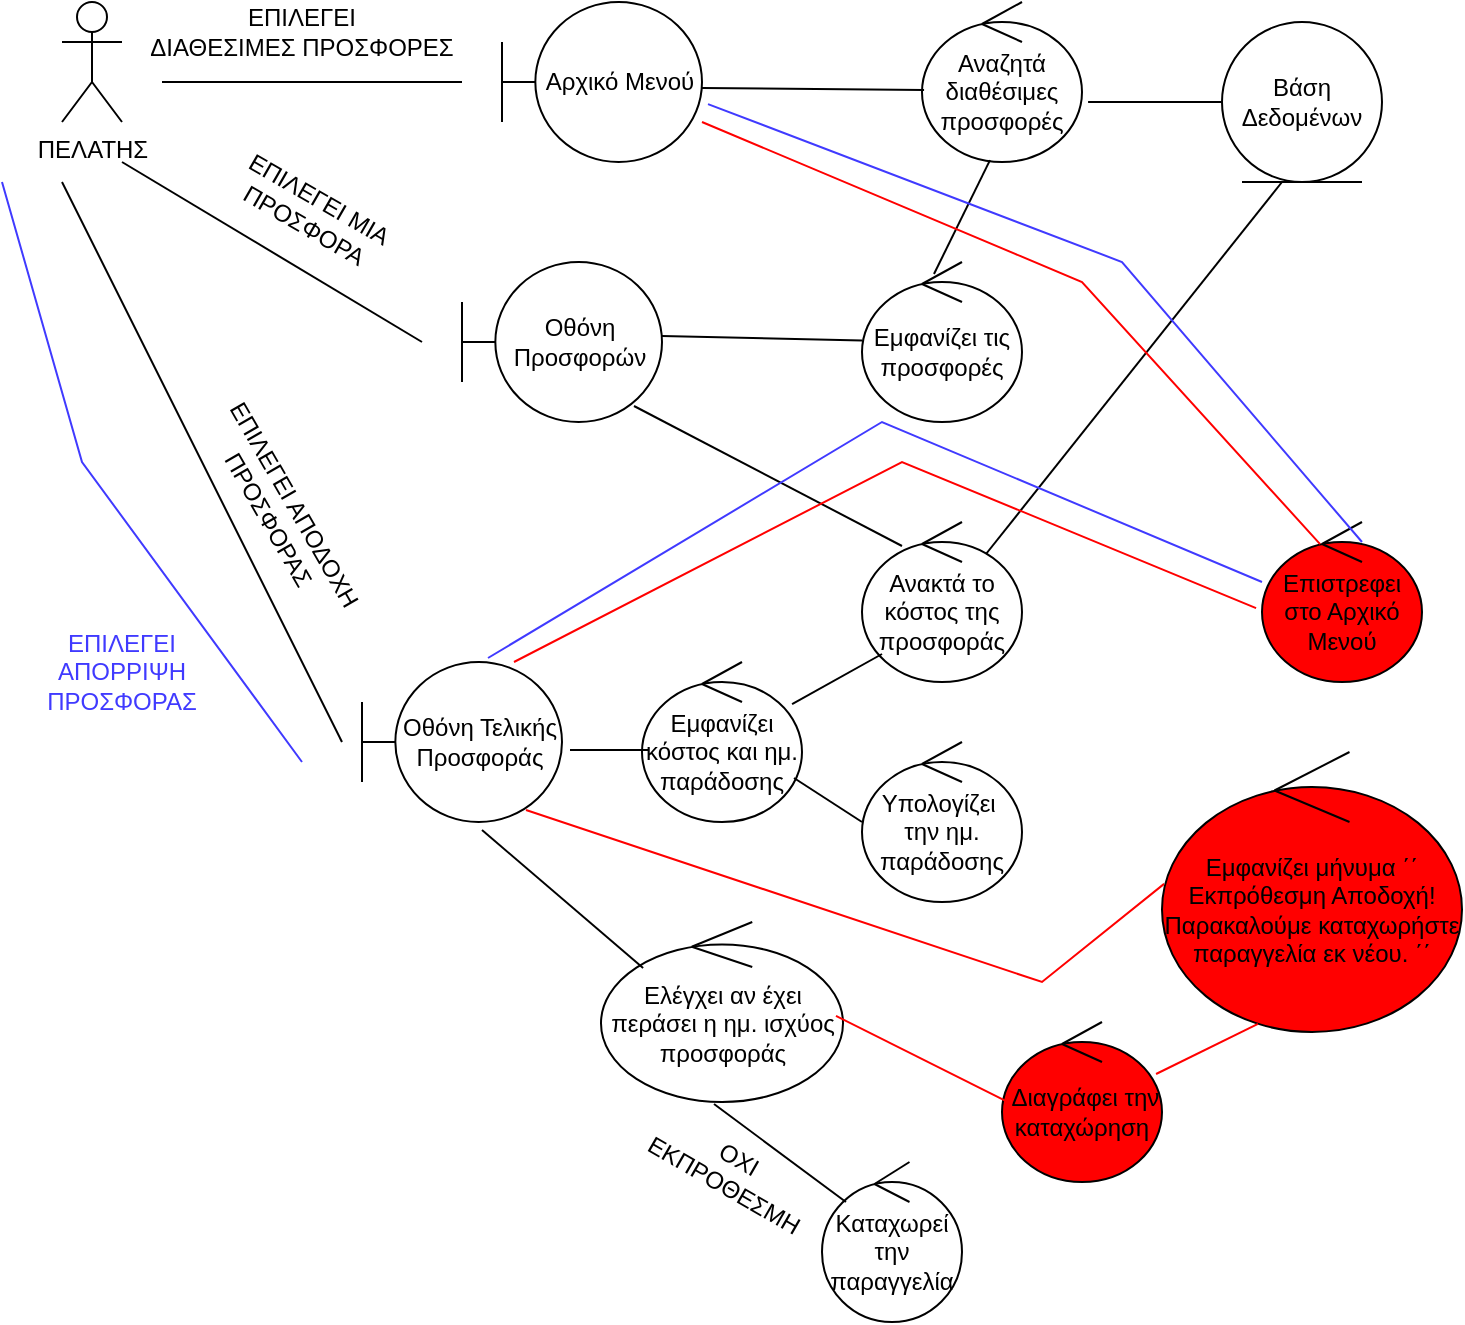
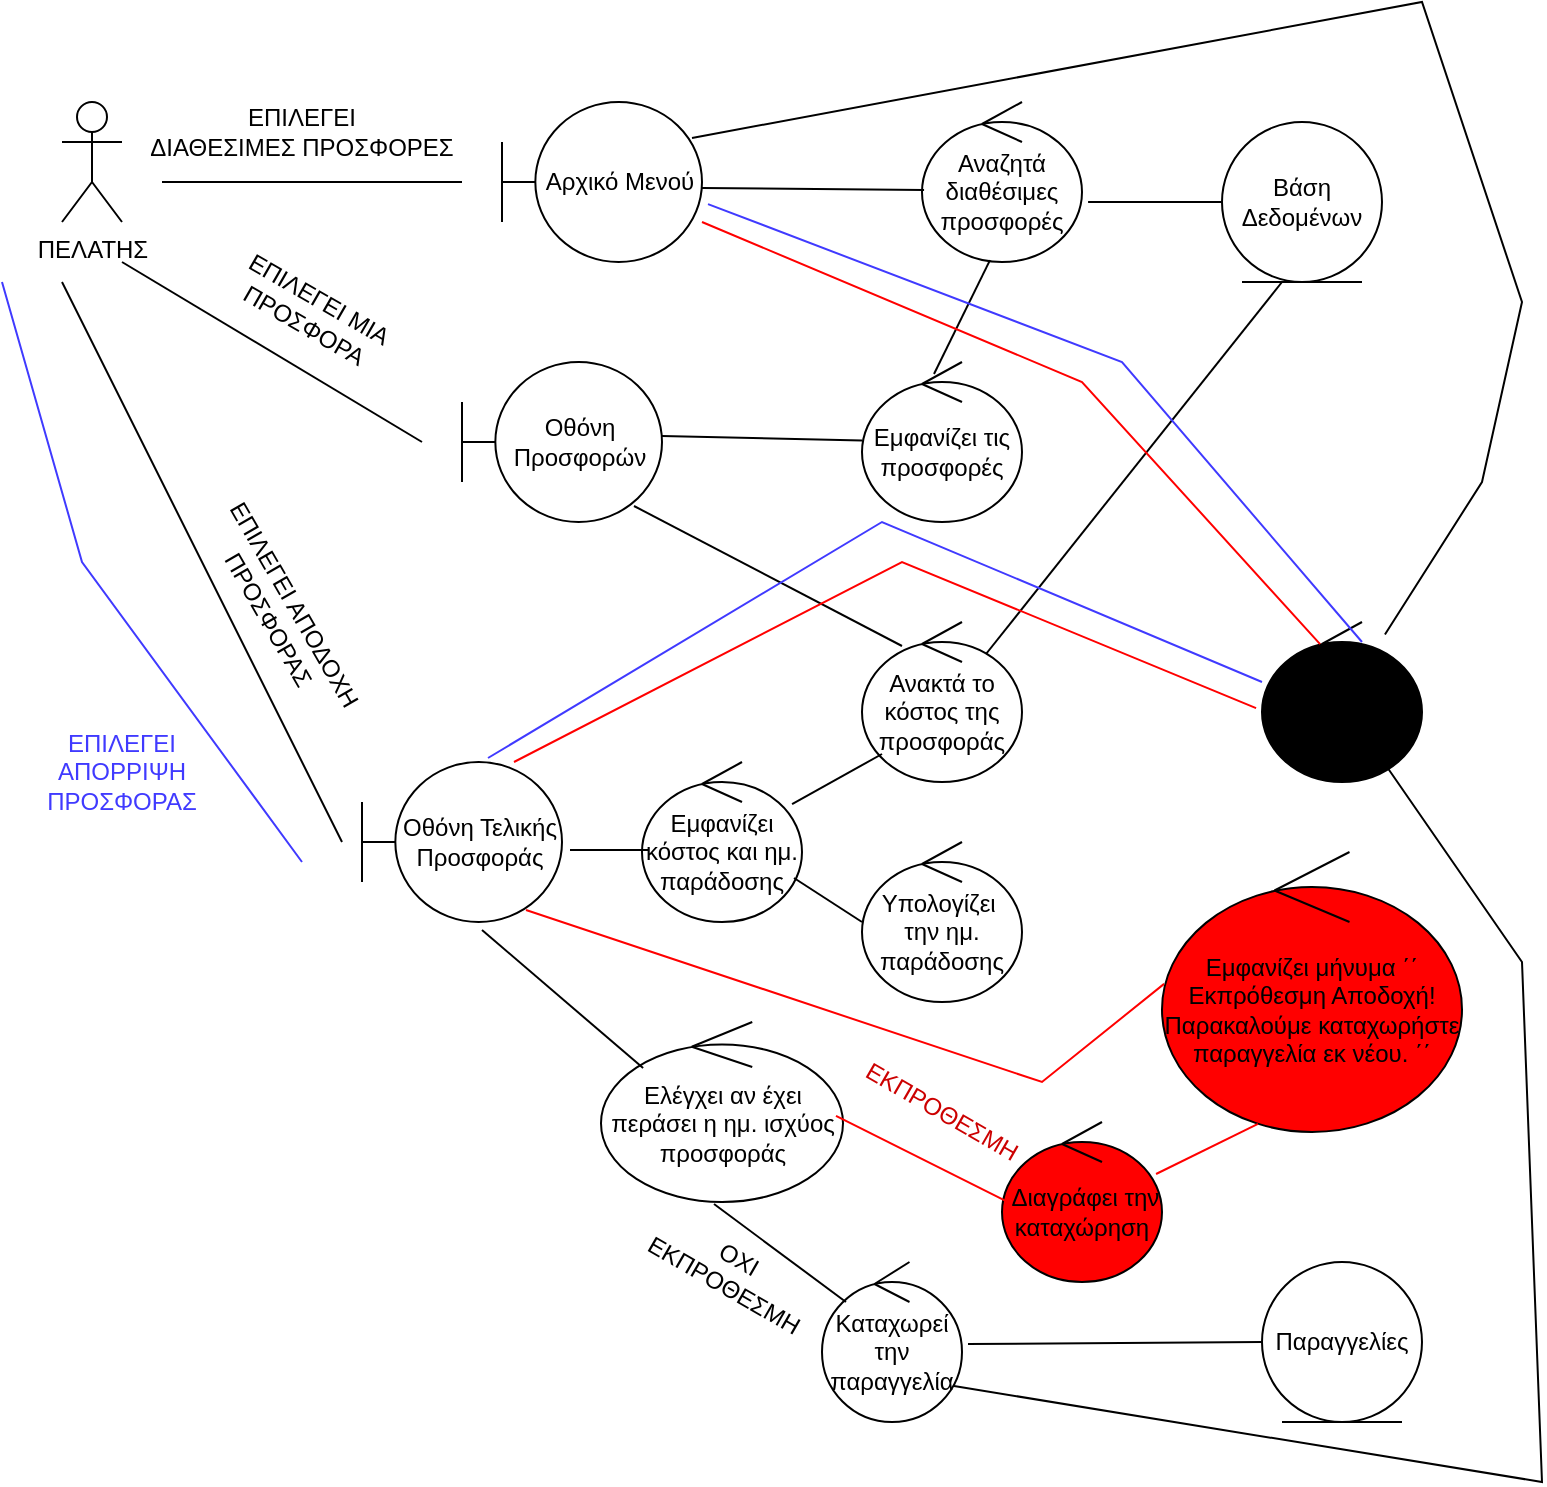
<mxfile host="Electron">
  <diagram name="Σελίδα-1" id="1nwjweAaFiYwmWzFNHOb">
    <mxGraphModel dx="1414" dy="841" grid="1" gridSize="10" guides="1" tooltips="1" connect="1" arrows="1" fold="1" page="1" pageScale="1" pageWidth="827" pageHeight="1169" math="0" shadow="0">
      <root>
        <mxCell id="0" />
        <mxCell id="1" parent="0" />
        <mxCell id="cYV5IpM7r3VP0dEHHAn9-1" parent="1" style="shape=umlActor;verticalLabelPosition=bottom;verticalAlign=top;html=1;outlineConnect=0;" value="ΠΕΛΑΤΗΣ" vertex="1">
          <mxGeometry height="60" width="30" x="100" y="70" as="geometry" />
        </mxCell>
        <mxCell id="cYV5IpM7r3VP0dEHHAn9-2" parent="1" style="shape=umlBoundary;whiteSpace=wrap;html=1;" value="Αρχικό Μενού" vertex="1">
          <mxGeometry height="80" width="100" x="320" y="70" as="geometry" />
        </mxCell>
        <mxCell id="cYV5IpM7r3VP0dEHHAn9-3" edge="1" parent="1" style="endArrow=none;html=1;rounded=0;" value="">
          <mxGeometry height="50" relative="1" width="50" as="geometry">
            <mxPoint x="150" y="110" as="sourcePoint" />
            <mxPoint x="300" y="110" as="targetPoint" />
          </mxGeometry>
        </mxCell>
        <mxCell id="cYV5IpM7r3VP0dEHHAn9-4" parent="1" style="ellipse;shape=umlControl;whiteSpace=wrap;html=1;" value="Αναζητά διαθέσιμες προσφορές" vertex="1">
          <mxGeometry height="80" width="80" x="530" y="70" as="geometry" />
        </mxCell>
        <mxCell id="cYV5IpM7r3VP0dEHHAn9-5" edge="1" parent="1" source="cYV5IpM7r3VP0dEHHAn9-2" style="endArrow=none;html=1;rounded=0;exitX=1;exitY=0.538;exitDx=0;exitDy=0;exitPerimeter=0;entryX=0.013;entryY=0.55;entryDx=0;entryDy=0;entryPerimeter=0;" target="cYV5IpM7r3VP0dEHHAn9-4" value="">
          <mxGeometry height="50" relative="1" width="50" as="geometry">
            <mxPoint x="490" y="190" as="sourcePoint" />
            <mxPoint x="640" y="190" as="targetPoint" />
          </mxGeometry>
        </mxCell>
        <mxCell id="cYV5IpM7r3VP0dEHHAn9-6" parent="1" style="ellipse;shape=umlEntity;whiteSpace=wrap;html=1;" value="Βάση Δεδομένων" vertex="1">
          <mxGeometry height="80" width="80" x="680" y="80" as="geometry" />
        </mxCell>
        <mxCell id="cYV5IpM7r3VP0dEHHAn9-7" edge="1" parent="1" source="cYV5IpM7r3VP0dEHHAn9-4" style="endArrow=none;html=1;rounded=0;exitX=1.038;exitY=0.625;exitDx=0;exitDy=0;exitPerimeter=0;" target="cYV5IpM7r3VP0dEHHAn9-6" value="">
          <mxGeometry height="50" relative="1" width="50" as="geometry">
            <mxPoint x="620" y="160" as="sourcePoint" />
            <mxPoint x="731" y="161" as="targetPoint" />
          </mxGeometry>
        </mxCell>
        <mxCell id="cYV5IpM7r3VP0dEHHAn9-8" parent="1" style="ellipse;shape=umlControl;whiteSpace=wrap;html=1;" value="Εμφανίζει τις προσφορές" vertex="1">
          <mxGeometry height="80" width="80" x="500" y="200" as="geometry" />
        </mxCell>
        <mxCell id="cYV5IpM7r3VP0dEHHAn9-9" edge="1" parent="1" source="cYV5IpM7r3VP0dEHHAn9-4" style="endArrow=none;html=1;rounded=0;exitX=0.425;exitY=0.988;exitDx=0;exitDy=0;exitPerimeter=0;entryX=0.45;entryY=0.075;entryDx=0;entryDy=0;entryPerimeter=0;" target="cYV5IpM7r3VP0dEHHAn9-8" value="">
          <mxGeometry height="50" relative="1" width="50" as="geometry">
            <mxPoint x="590" y="180" as="sourcePoint" />
            <mxPoint x="657" y="180" as="targetPoint" />
          </mxGeometry>
        </mxCell>
        <mxCell id="cYV5IpM7r3VP0dEHHAn9-10" parent="1" style="shape=umlBoundary;whiteSpace=wrap;html=1;" value="Οθόνη Προσφορών" vertex="1">
          <mxGeometry height="80" width="100" x="300" y="200" as="geometry" />
        </mxCell>
        <mxCell id="cYV5IpM7r3VP0dEHHAn9-11" edge="1" parent="1" source="cYV5IpM7r3VP0dEHHAn9-10" style="endArrow=none;html=1;rounded=0;exitX=1;exitY=0.463;exitDx=0;exitDy=0;exitPerimeter=0;" target="cYV5IpM7r3VP0dEHHAn9-8" value="">
          <mxGeometry height="50" relative="1" width="50" as="geometry">
            <mxPoint x="430" y="230" as="sourcePoint" />
            <mxPoint x="541" y="231" as="targetPoint" />
          </mxGeometry>
        </mxCell>
        <mxCell id="cYV5IpM7r3VP0dEHHAn9-12" parent="1" style="text;html=1;whiteSpace=wrap;strokeColor=none;fillColor=none;align=center;verticalAlign=middle;rounded=0;" value="ΕΠΙΛΕΓΕΙ ΔΙΑΘΕΣΙΜΕΣ&lt;span style=&quot;background-color: transparent; color: light-dark(rgb(0, 0, 0), rgb(255, 255, 255));&quot;&gt;&amp;nbsp;ΠΡΟΣΦΟΡΕΣ&lt;/span&gt;" vertex="1">
          <mxGeometry height="30" width="180" x="130" y="70" as="geometry" />
        </mxCell>
        <mxCell id="cYV5IpM7r3VP0dEHHAn9-13" edge="1" parent="1" style="endArrow=none;html=1;rounded=0;" value="">
          <mxGeometry height="50" relative="1" width="50" as="geometry">
            <mxPoint x="130" y="150" as="sourcePoint" />
            <mxPoint x="280" y="240" as="targetPoint" />
          </mxGeometry>
        </mxCell>
        <mxCell id="cYV5IpM7r3VP0dEHHAn9-14" parent="1" style="text;html=1;whiteSpace=wrap;strokeColor=none;fillColor=none;align=center;verticalAlign=middle;rounded=0;rotation=30;" value="ΕΠΙΛΕΓΕΙ ΜΙΑ ΠΡΟΣΦΟΡΑ" vertex="1">
          <mxGeometry height="30" width="90" x="180" y="160" as="geometry" />
        </mxCell>
        <mxCell id="cYV5IpM7r3VP0dEHHAn9-15" parent="1" style="ellipse;shape=umlControl;whiteSpace=wrap;html=1;" value="Ανακτά το κόστος της προσφοράς" vertex="1">
          <mxGeometry height="80" width="80" x="500" y="330" as="geometry" />
        </mxCell>
        <mxCell id="cYV5IpM7r3VP0dEHHAn9-16" edge="1" parent="1" source="cYV5IpM7r3VP0dEHHAn9-10" style="endArrow=none;html=1;rounded=0;exitX=0.86;exitY=0.9;exitDx=0;exitDy=0;exitPerimeter=0;entryX=0.25;entryY=0.15;entryDx=0;entryDy=0;entryPerimeter=0;" target="cYV5IpM7r3VP0dEHHAn9-15" value="">
          <mxGeometry height="50" relative="1" width="50" as="geometry">
            <mxPoint x="400" y="280" as="sourcePoint" />
            <mxPoint x="500" y="282" as="targetPoint" />
          </mxGeometry>
        </mxCell>
        <mxCell id="cYV5IpM7r3VP0dEHHAn9-17" edge="1" parent="1" source="cYV5IpM7r3VP0dEHHAn9-15" style="endArrow=none;html=1;rounded=0;exitX=0.775;exitY=0.2;exitDx=0;exitDy=0;exitPerimeter=0;entryX=0.375;entryY=1;entryDx=0;entryDy=0;entryPerimeter=0;" target="cYV5IpM7r3VP0dEHHAn9-6" value="">
          <mxGeometry height="50" relative="1" width="50" as="geometry">
            <mxPoint x="640" y="270" as="sourcePoint" />
            <mxPoint x="740" y="272" as="targetPoint" />
          </mxGeometry>
        </mxCell>
        <mxCell id="cYV5IpM7r3VP0dEHHAn9-18" parent="1" style="ellipse;shape=umlControl;whiteSpace=wrap;html=1;" value="Υπολογίζει&amp;nbsp;&lt;div&gt;την ημ. παράδοσης&lt;/div&gt;" vertex="1">
          <mxGeometry height="80" width="80" x="500" y="440" as="geometry" />
        </mxCell>
        <mxCell id="cYV5IpM7r3VP0dEHHAn9-19" parent="1" style="ellipse;shape=umlControl;whiteSpace=wrap;html=1;" value="Εμφανίζει κόστος και ημ. παράδοσης" vertex="1">
          <mxGeometry height="80" width="80" x="390" y="400" as="geometry" />
        </mxCell>
        <mxCell id="cYV5IpM7r3VP0dEHHAn9-20" edge="1" parent="1" source="cYV5IpM7r3VP0dEHHAn9-19" style="endArrow=none;html=1;rounded=0;exitX=0.95;exitY=0.725;exitDx=0;exitDy=0;exitPerimeter=0;entryX=0;entryY=0.5;entryDx=0;entryDy=0;entryPerimeter=0;" target="cYV5IpM7r3VP0dEHHAn9-18" value="">
          <mxGeometry height="50" relative="1" width="50" as="geometry">
            <mxPoint x="500" y="450" as="sourcePoint" />
            <mxPoint x="634" y="520" as="targetPoint" />
          </mxGeometry>
        </mxCell>
        <mxCell id="cYV5IpM7r3VP0dEHHAn9-21" edge="1" parent="1" source="cYV5IpM7r3VP0dEHHAn9-19" style="endArrow=none;html=1;rounded=0;exitX=0.938;exitY=0.263;exitDx=0;exitDy=0;exitPerimeter=0;entryX=0.125;entryY=0.825;entryDx=0;entryDy=0;entryPerimeter=0;" target="cYV5IpM7r3VP0dEHHAn9-15" value="">
          <mxGeometry height="50" relative="1" width="50" as="geometry">
            <mxPoint x="490" y="390" as="sourcePoint" />
            <mxPoint x="624" y="460" as="targetPoint" />
          </mxGeometry>
        </mxCell>
        <mxCell id="cYV5IpM7r3VP0dEHHAn9-22" parent="1" style="shape=umlBoundary;whiteSpace=wrap;html=1;" value="Οθόνη Τελικής&lt;div&gt;Προσφοράς&lt;/div&gt;" vertex="1">
          <mxGeometry height="80" width="100" x="250" y="400" as="geometry" />
        </mxCell>
        <mxCell id="cYV5IpM7r3VP0dEHHAn9-23" edge="1" parent="1" source="cYV5IpM7r3VP0dEHHAn9-22" style="endArrow=none;html=1;rounded=0;exitX=1.04;exitY=0.55;exitDx=0;exitDy=0;exitPerimeter=0;entryX=0.038;entryY=0.55;entryDx=0;entryDy=0;entryPerimeter=0;" target="cYV5IpM7r3VP0dEHHAn9-19" value="">
          <mxGeometry height="50" relative="1" width="50" as="geometry">
            <mxPoint x="370" y="530" as="sourcePoint" />
            <mxPoint x="504" y="600" as="targetPoint" />
          </mxGeometry>
        </mxCell>
        <mxCell id="cYV5IpM7r3VP0dEHHAn9-25" edge="1" parent="1" style="endArrow=none;html=1;rounded=0;" value="">
          <mxGeometry height="50" relative="1" width="50" as="geometry">
            <mxPoint x="100" y="160" as="sourcePoint" />
            <mxPoint x="240" y="440" as="targetPoint" />
          </mxGeometry>
        </mxCell>
        <mxCell id="cYV5IpM7r3VP0dEHHAn9-26" parent="1" style="text;html=1;whiteSpace=wrap;strokeColor=none;fillColor=none;align=center;verticalAlign=middle;rounded=0;rotation=60;" value="ΕΠΙΛΕΓΕΙ ΑΠΟΔΟΧΗ ΠΡΟΣΦΟΡΑΣ" vertex="1">
          <mxGeometry height="30" width="120" x="150" y="310" as="geometry" />
        </mxCell>
        <mxCell id="cYV5IpM7r3VP0dEHHAn9-27" parent="1" style="ellipse;shape=umlControl;whiteSpace=wrap;html=1;" value="Ελέγχει αν έχει περάσει η ημ. ισχύος προσφοράς" vertex="1">
          <mxGeometry height="90" width="121" x="369.5" y="530" as="geometry" />
        </mxCell>
        <mxCell id="cYV5IpM7r3VP0dEHHAn9-28" edge="1" parent="1" source="cYV5IpM7r3VP0dEHHAn9-22" style="endArrow=none;html=1;rounded=0;exitX=0.6;exitY=1.05;exitDx=0;exitDy=0;exitPerimeter=0;entryX=0.174;entryY=0.256;entryDx=0;entryDy=0;entryPerimeter=0;" target="cYV5IpM7r3VP0dEHHAn9-27" value="">
          <mxGeometry height="50" relative="1" width="50" as="geometry">
            <mxPoint x="330" y="500" as="sourcePoint" />
            <mxPoint x="464" y="570" as="targetPoint" />
          </mxGeometry>
        </mxCell>
        <mxCell id="cYV5IpM7r3VP0dEHHAn9-29" parent="1" style="ellipse;shape=umlControl;whiteSpace=wrap;html=1;" value="Καταχωρεί την παραγγελία" vertex="1">
          <mxGeometry height="80" width="70" x="480" y="650" as="geometry" />
        </mxCell>
        <mxCell id="cYV5IpM7r3VP0dEHHAn9-30" edge="1" parent="1" source="cYV5IpM7r3VP0dEHHAn9-27" style="endArrow=none;html=1;rounded=0;exitX=0.467;exitY=1.011;exitDx=0;exitDy=0;exitPerimeter=0;entryX=0.171;entryY=0.25;entryDx=0;entryDy=0;entryPerimeter=0;" target="cYV5IpM7r3VP0dEHHAn9-29" value="">
          <mxGeometry height="50" relative="1" width="50" as="geometry">
            <mxPoint x="420" y="640" as="sourcePoint" />
            <mxPoint x="554" y="710" as="targetPoint" />
          </mxGeometry>
        </mxCell>
        <mxCell id="cYV5IpM7r3VP0dEHHAn9-31" parent="1" style="text;html=1;whiteSpace=wrap;strokeColor=none;fillColor=none;align=center;verticalAlign=middle;rounded=0;rotation=30;" value="ΟΧΙ ΕΚΠΡΟΘΕΣΜΗ" vertex="1">
          <mxGeometry height="30" width="90" x="390" y="640" as="geometry" />
        </mxCell>
        <mxCell id="cYV5IpM7r3VP0dEHHAn9-32" parent="1" style="ellipse;shape=umlControl;whiteSpace=wrap;html=1;fillColor=light-dark(#FF0000,#CC0000);" value="&amp;nbsp;Διαγράφει την καταχώρηση" vertex="1">
          <mxGeometry height="80" width="80" x="570" y="580" as="geometry" />
        </mxCell>
        <mxCell id="cYV5IpM7r3VP0dEHHAn9-33" edge="1" parent="1" source="cYV5IpM7r3VP0dEHHAn9-27" style="endArrow=none;html=1;rounded=0;exitX=0.971;exitY=0.522;exitDx=0;exitDy=0;exitPerimeter=0;entryX=0.063;entryY=0.513;entryDx=0;entryDy=0;entryPerimeter=0;strokeColor=light-dark(#FF0000,#CC0000);" target="cYV5IpM7r3VP0dEHHAn9-32" value="">
          <mxGeometry height="50" relative="1" width="50" as="geometry">
            <mxPoint x="510" y="570" as="sourcePoint" />
            <mxPoint x="644" y="640" as="targetPoint" />
          </mxGeometry>
        </mxCell>
        <mxCell id="cYV5IpM7r3VP0dEHHAn9-34" parent="1" style="ellipse;shape=umlControl;whiteSpace=wrap;html=1;fillColor=light-dark(#FF0000,#CC0000);" value="Εμφανίζει μήνυμα ΄΄ Εκπρόθεσμη Αποδοχή! Παρακαλούμε καταχωρήστε παραγγελία εκ νέου. ΄΄" vertex="1">
          <mxGeometry height="140" width="150" x="650" y="445" as="geometry" />
        </mxCell>
        <mxCell id="cYV5IpM7r3VP0dEHHAn9-35" edge="1" parent="1" source="cYV5IpM7r3VP0dEHHAn9-32" style="endArrow=none;html=1;rounded=0;exitX=0.963;exitY=0.325;exitDx=0;exitDy=0;exitPerimeter=0;entryX=0.32;entryY=0.971;entryDx=0;entryDy=0;entryPerimeter=0;strokeColor=light-dark(#FF0000,#CC0000);" target="cYV5IpM7r3VP0dEHHAn9-34" value="">
          <mxGeometry height="50" relative="1" width="50" as="geometry">
            <mxPoint x="680" y="600" as="sourcePoint" />
            <mxPoint x="768" y="644" as="targetPoint" />
          </mxGeometry>
        </mxCell>
        <mxCell id="cYV5IpM7r3VP0dEHHAn9-36" edge="1" parent="1" source="cYV5IpM7r3VP0dEHHAn9-22" style="endArrow=none;html=1;rounded=0;exitX=0.82;exitY=0.925;exitDx=0;exitDy=0;exitPerimeter=0;entryX=0.007;entryY=0.471;entryDx=0;entryDy=0;entryPerimeter=0;strokeColor=light-dark(#FF0000,#CC0000);" target="cYV5IpM7r3VP0dEHHAn9-34" value="">
          <mxGeometry height="50" relative="1" width="50" as="geometry">
            <Array as="points">
              <mxPoint x="590" y="560" />
            </Array>
            <mxPoint x="620" y="460" as="sourcePoint" />
            <mxPoint x="708" y="504" as="targetPoint" />
          </mxGeometry>
        </mxCell>
        <mxCell id="cYV5IpM7r3VP0dEHHAn9-39" edge="1" parent="1" source="cYV5IpM7r3VP0dEHHAn9-22" style="endArrow=none;html=1;rounded=0;exitX=0.76;exitY=0;exitDx=0;exitDy=0;exitPerimeter=0;strokeColor=light-dark(#FF0000,#CC0000);entryX=-0.037;entryY=0.538;entryDx=0;entryDy=0;entryPerimeter=0;" target="cYV5IpM7r3VP0dEHHAn9-42" value="">
          <mxGeometry height="50" relative="1" width="50" as="geometry">
            <Array as="points">
              <mxPoint x="520" y="300" />
            </Array>
            <mxPoint x="350" y="350" as="sourcePoint" />
            <mxPoint x="660" y="410" as="targetPoint" />
          </mxGeometry>
        </mxCell>
-         <mxCell id="cYV5IpM7r3VP0dEHHAn9-42" parent="1" style="ellipse;shape=umlControl;whiteSpace=wrap;html=1;fillColor=light-dark(#FF0000,#CC0000);" value="Επιστρεφει στο Αρχικό Μενού" vertex="1">
+         <mxCell id="cYV5IpM7r3VP0dEHHAn9-42" parent="1" style="ellipse;shape=umlControl;whiteSpace=wrap;html=1;fillColor=light-dark(#000000,#000000);" value="Επιστρεφει στο Αρχικό Μενού" vertex="1">
          <mxGeometry height="80" width="80" x="700" y="330" as="geometry" />
        </mxCell>
        <mxCell id="cYV5IpM7r3VP0dEHHAn9-44" edge="1" parent="1" source="cYV5IpM7r3VP0dEHHAn9-2" style="endArrow=none;html=1;rounded=0;exitX=1;exitY=0.75;exitDx=0;exitDy=0;exitPerimeter=0;entryX=0.363;entryY=0.138;entryDx=0;entryDy=0;entryPerimeter=0;strokeColor=light-dark(#FF0000,#CC0000);" target="cYV5IpM7r3VP0dEHHAn9-42" value="">
          <mxGeometry height="50" relative="1" width="50" as="geometry">
            <Array as="points">
              <mxPoint x="610" y="210" />
            </Array>
            <mxPoint x="690" y="300" as="sourcePoint" />
            <mxPoint x="778" y="344" as="targetPoint" />
          </mxGeometry>
        </mxCell>
        <mxCell id="cYV5IpM7r3VP0dEHHAn9-45" edge="1" parent="1" style="endArrow=none;html=1;rounded=0;strokeColor=#403AFF;" value="">
          <mxGeometry height="50" relative="1" width="50" as="geometry">
            <Array as="points">
              <mxPoint x="110" y="300" />
            </Array>
            <mxPoint x="220" y="450" as="sourcePoint" />
            <mxPoint x="70" y="160" as="targetPoint" />
          </mxGeometry>
        </mxCell>
        <mxCell id="cYV5IpM7r3VP0dEHHAn9-46" parent="1" style="text;html=1;whiteSpace=wrap;strokeColor=none;fillColor=none;align=center;verticalAlign=middle;rounded=0;" value="&lt;font style=&quot;color: rgb(64, 58, 255);&quot;&gt;ΕΠΙΛΕΓΕΙ ΑΠΟΡΡΙΨΗ ΠΡΟΣΦΟΡΑΣ&lt;/font&gt;" vertex="1">
          <mxGeometry height="30" width="60" x="100" y="390" as="geometry" />
        </mxCell>
        <mxCell id="cYV5IpM7r3VP0dEHHAn9-47" edge="1" parent="1" source="cYV5IpM7r3VP0dEHHAn9-42" style="endArrow=none;html=1;rounded=0;strokeColor=#403AFF;entryX=0.63;entryY=-0.025;entryDx=0;entryDy=0;entryPerimeter=0;exitX=0;exitY=0.375;exitDx=0;exitDy=0;exitPerimeter=0;" target="cYV5IpM7r3VP0dEHHAn9-22" value="">
          <mxGeometry height="50" relative="1" width="50" as="geometry">
            <Array as="points">
              <mxPoint x="510" y="280" />
            </Array>
            <mxPoint x="540" y="670" as="sourcePoint" />
            <mxPoint x="390" y="380" as="targetPoint" />
          </mxGeometry>
        </mxCell>
        <mxCell id="cYV5IpM7r3VP0dEHHAn9-50" edge="1" parent="1" source="cYV5IpM7r3VP0dEHHAn9-42" style="endArrow=none;html=1;rounded=0;strokeColor=#403AFF;entryX=1.03;entryY=0.638;entryDx=0;entryDy=0;entryPerimeter=0;exitX=0.625;exitY=0.125;exitDx=0;exitDy=0;exitPerimeter=0;" target="cYV5IpM7r3VP0dEHHAn9-2" value="">
          <mxGeometry height="50" relative="1" width="50" as="geometry">
            <Array as="points">
              <mxPoint x="630" y="200" />
            </Array>
            <mxPoint x="770" y="560" as="sourcePoint" />
            <mxPoint x="620" y="270" as="targetPoint" />
+           </mxGeometry>
+         </mxCell>
+         <mxCell id="-QJbbPlJrpjvrBC_BkGc-1" parent="1" style="text;html=1;whiteSpace=wrap;strokeColor=none;fillColor=none;align=center;verticalAlign=middle;rounded=0;rotation=30;" value="&lt;font color=&quot;#cc0000&quot;&gt;ΕΚΠΡΟΘΕΣΜΗ&lt;/font&gt;" vertex="1">
+           <mxGeometry height="30" width="60" x="510" y="560" as="geometry" />
+         </mxCell>
+         <mxCell id="-QJbbPlJrpjvrBC_BkGc-2" edge="1" parent="1" source="cYV5IpM7r3VP0dEHHAn9-29" style="endArrow=none;html=1;rounded=0;exitX=1.043;exitY=0.513;exitDx=0;exitDy=0;exitPerimeter=0;entryX=0;entryY=0.5;entryDx=0;entryDy=0;" target="-QJbbPlJrpjvrBC_BkGc-3" value="">
+           <mxGeometry height="50" relative="1" width="50" as="geometry">
+             <mxPoint x="570" y="690" as="sourcePoint" />
+             <mxPoint x="650" y="691" as="targetPoint" />
+           </mxGeometry>
+         </mxCell>
+         <mxCell id="-QJbbPlJrpjvrBC_BkGc-3" parent="1" style="ellipse;shape=umlEntity;whiteSpace=wrap;html=1;" value="Παραγγελίες" vertex="1">
+           <mxGeometry height="80" width="80" x="700" y="650" as="geometry" />
+         </mxCell>
+         <mxCell id="-QJbbPlJrpjvrBC_BkGc-4" edge="1" parent="1" source="cYV5IpM7r3VP0dEHHAn9-29" style="endArrow=none;html=1;rounded=0;exitX=0.943;exitY=0.775;exitDx=0;exitDy=0;exitPerimeter=0;" target="cYV5IpM7r3VP0dEHHAn9-42" value="">
+           <mxGeometry height="50" relative="1" width="50" as="geometry">
+             <Array as="points">
+               <mxPoint x="840" y="760" />
+               <mxPoint x="830" y="500" />
+             </Array>
+             <mxPoint x="557.99" y="762" as="sourcePoint" />
+             <mxPoint x="800" y="420" as="targetPoint" />
+           </mxGeometry>
+         </mxCell>
+         <mxCell id="-QJbbPlJrpjvrBC_BkGc-5" edge="1" parent="1" source="cYV5IpM7r3VP0dEHHAn9-42" style="endArrow=none;html=1;rounded=0;entryX=0.95;entryY=0.225;entryDx=0;entryDy=0;entryPerimeter=0;" target="cYV5IpM7r3VP0dEHHAn9-2" value="">
+           <mxGeometry height="50" relative="1" width="50" as="geometry">
+             <Array as="points">
+               <mxPoint x="810" y="260" />
+               <mxPoint x="830" y="170" />
+               <mxPoint x="780" y="20" />
+             </Array>
+             <mxPoint x="790" y="311" as="sourcePoint" />
+             <mxPoint x="937" y="310" as="targetPoint" />
          </mxGeometry>
        </mxCell>
      </root>
    </mxGraphModel>
  </diagram>
</mxfile>
